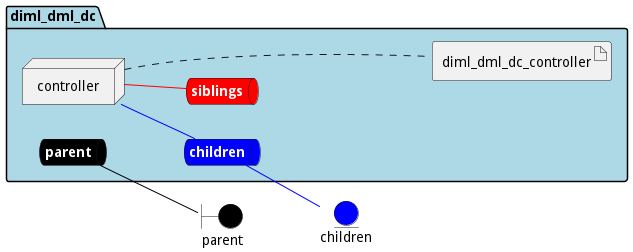
madajaju/edgemere keeps this PlantUML diagram as docs/edgemere/diml/dml/dc/envs/test/deployment.png. Above is the earlier version. Source of this version:
```plantuml
@startuml

left to right direction


boundary parent #black


entity children #blue




package "diml_dml_dc" #lightblue {
    queue parentnet #black [
            <b><color:white>parent</color></b>
    ]

    parentnet -[#black]- parent

    queue childrennet #blue [
            <b><color:white>children</color></b>
    ]

    childrennet -[#blue]- children

    queue siblingsnet #red [
            <b><color:white>siblings</color></b>
    ]


node "controller" as controllerService


        artifact "diml_dml_dc_controller" as diml_dml_dc_controllerimage

}

controllerService -[#blue]- childrennet

controllerService -[#red]- siblingsnet
controllerService .... diml_dml_dc_controllerimage


@enduml
```
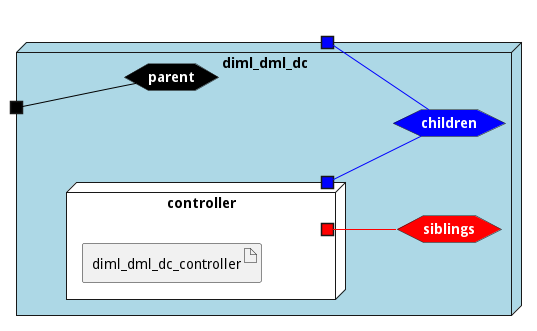
Later version of the same file.

Change to the diagram source:
```diff
@@ -3,43 +3,45 @@
 left to right direction
 
 
-boundary parent #black
-
-
-entity children #blue
 
 
 
 
-package "diml_dml_dc" #lightblue {
-    queue parentnet #black [
+
+node "diml_dml_dc" #lightblue {
+
+
+    hexagon parentnet #black [
             <b><color:white>parent</color></b>
     ]
 
-    parentnet -[#black]- parent
+    portin " " as parentnetPortIn #black
+    parentnetPortIn -[#black]- parentnet
 
-    queue childrennet #blue [
+    hexagon childrennet #blue [
             <b><color:white>children</color></b>
     ]
 
-    childrennet -[#blue]- children
+    portout " " as childrennetPortOut #blue
+    childrennet -[#blue]- childrennetPortOut
 
-    queue siblingsnet #red [
+    hexagon siblingsnet #red [
             <b><color:white>siblings</color></b>
     ]
 
 
-node "controller" as controllerService
+node "controller" as controllerService #white {
+    portOut " " as controllerServicechildrennet #blue
+   controllerServicechildrennet -[#blue]- childrennet
+       portOut " " as controllerServicesiblingsnet #red
+   controllerServicesiblingsnet -[#red]- siblingsnet
 
 
-        artifact "diml_dml_dc_controller" as diml_dml_dc_controllerimage
+    artifact "diml_dml_dc_controller" as diml_dml_dc_controllerimage
 
 }
 
-controllerService -[#blue]- childrennet
-
-controllerService -[#red]- siblingsnet
-controllerService .... diml_dml_dc_controllerimage
+}
 
 
 @enduml
```
